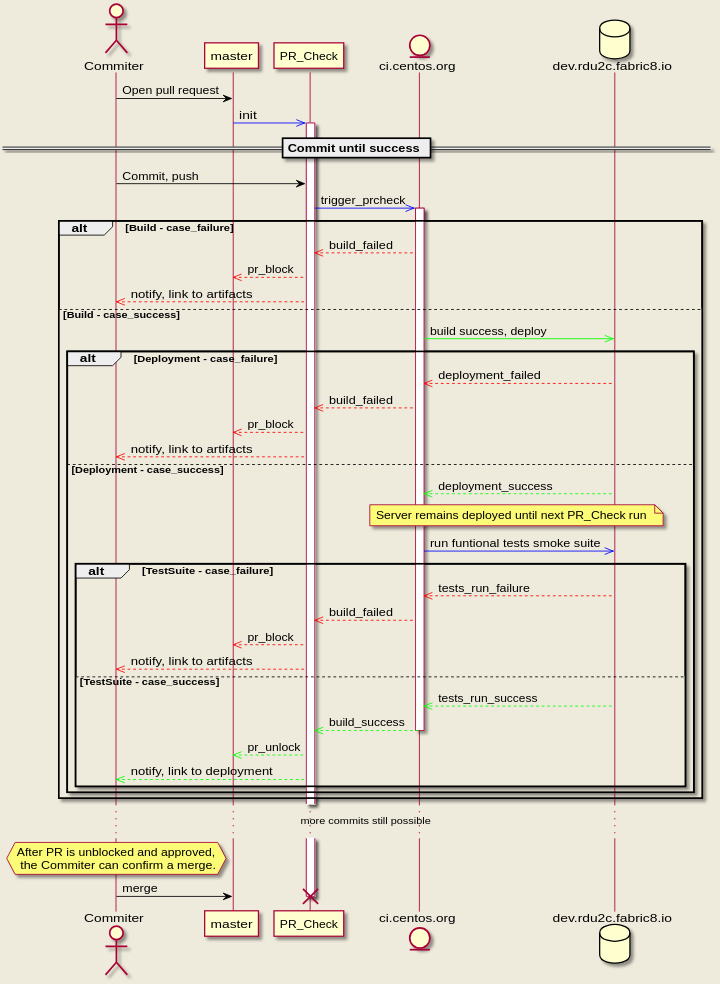
Before: documentation/rh-che-prcheck/pr_check_general_squence_diagram.svg, a diagram exported from PlantUML (redhat-developer/rh-che). The source it was exported from:
```plantuml
@startuml
skinparam backgroundColor #EEEBDC
actor Commiter
participant master
participant PR_Check
entity ci.centos.org
database dev.rdu2c.fabric8.io

Commiter -[#000]> master : Open pull request
master -[#00F]>> PR_Check : init
activate PR_Check
== Commit until success ==
Commiter -[#000]> PR_Check : Commit, push
PR_Check -[#00F]>> ci.centos.org : trigger_prcheck
activate ci.centos.org
alt Build - case_failure
        PR_Check <<-[#F00]- ci.centos.org : build_failed
        master <<-[#F00]- PR_Check : pr_block
        Commiter <<-[#F00]- PR_Check : notify, link to artifacts
else Build - case_success
        ci.centos.org -[#0F0]>> dev.rdu2c.fabric8.io : build success, deploy
        alt Deployment - case_failure
                ci.centos.org <<-[#F00]- dev.rdu2c.fabric8.io : deployment_failed
                PR_Check <<-[#F00]- ci.centos.org : build_failed
                master <<-[#F00]- PR_Check : pr_block
                Commiter <<-[#F00]- PR_Check : notify, link to artifacts
        else Deployment - case_success
                ci.centos.org <<-[#0F0]- dev.rdu2c.fabric8.io : deployment_success
                note over ci.centos.org, dev.rdu2c.fabric8.io : Server remains deployed until next PR_Check run
                ci.centos.org -[#00F]>> dev.rdu2c.fabric8.io : run funtional tests smoke suite
                alt TestSuite - case_failure
                        ci.centos.org <<-[#F00]- dev.rdu2c.fabric8.io : tests_run_failure
                        PR_Check <<-[#F00]- ci.centos.org : build_failed
                        master <<-[#F00]- PR_Check : pr_block
                        Commiter <<-[#F00]- PR_Check : notify, link to artifacts
                else TestSuite - case_success
                        ci.centos.org <<-[#0F0]- dev.rdu2c.fabric8.io : tests_run_success
                        PR_Check <<-[#0F0]- ci.centos.org : build_success
                        deactivate ci.centos.org
                        master <<-[#0F0]- PR_Check : pr_unlock
                        Commiter <<-[#0F0]- PR_Check : notify, link to deployment
                end
        end
end
... more commits still possible ...
hnote over Commiter: After PR is unblocked and approved,\n the Commiter can confirm a merge.
Commiter -[#000]> master : merge
destroy PR_Check
@enduml
```
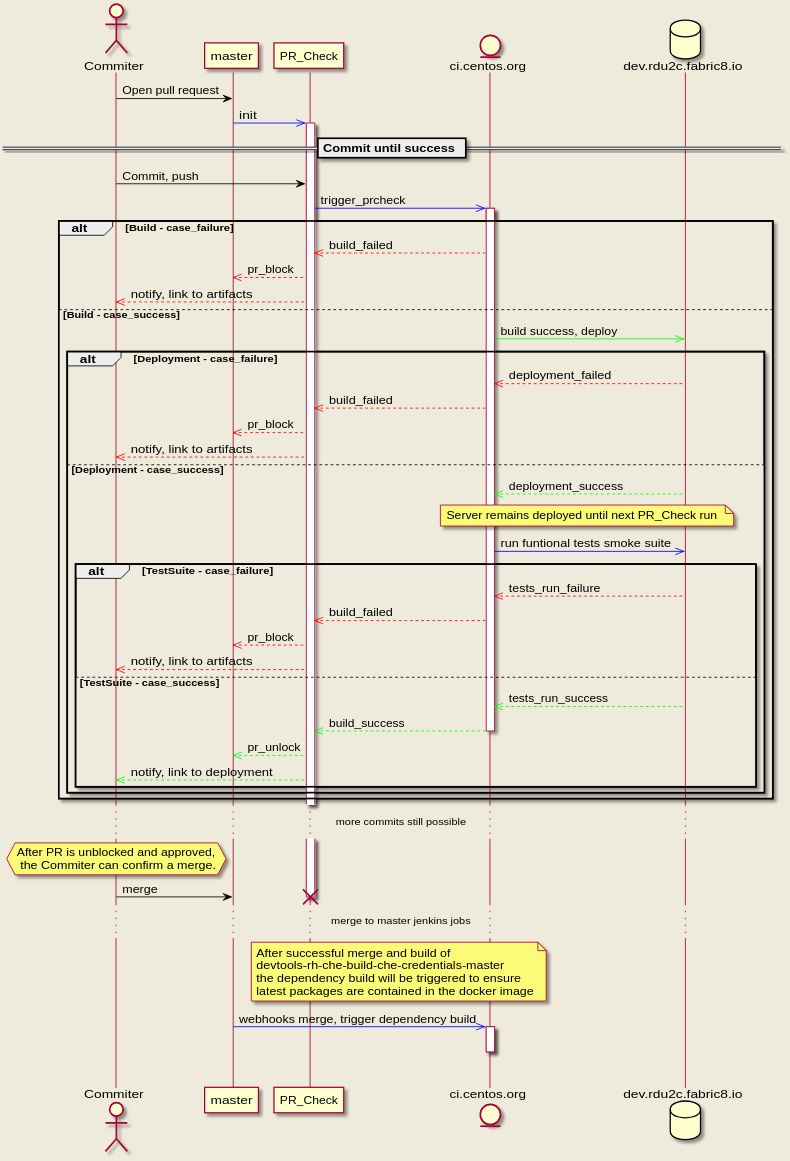
The same file after the commit.

Commit message:
Adding steps after Rh-Che build to prepare dependencies for pr-check

The edit, as a diff of the source:
```diff
@@ -46,4 +46,15 @@
 hnote over Commiter: After PR is unblocked and approved,\n the Commiter can confirm a merge.
 Commiter -[#000]> master : merge
 destroy PR_Check
+... merge to master jenkins jobs ...
+note over PR_Check, ci.centos.org
+  After successful merge and build of
+  devtools-rh-che-build-che-credentials-master
+  the dependency build will be triggered to ensure
+  latest packages are contained in the docker image
+end note
+master -[#00F]>> ci.centos.org : webhooks merge, trigger dependency build
+activate ci.centos.org
+|||
+deactivate ci.centos.org
 @enduml
```
